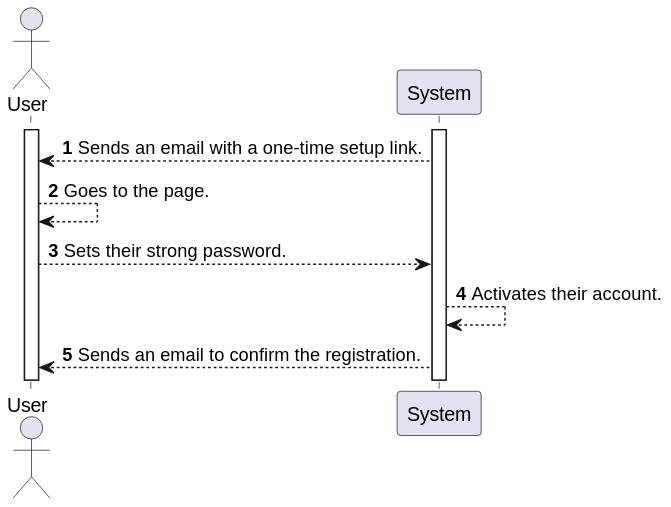
Earlier version of the PlantUML export docs/sprint-1/us-5.1.1/Diagrams/SSD/system-sequence-diagram-user.svg (rita-barbosa/LAPR5-2425).
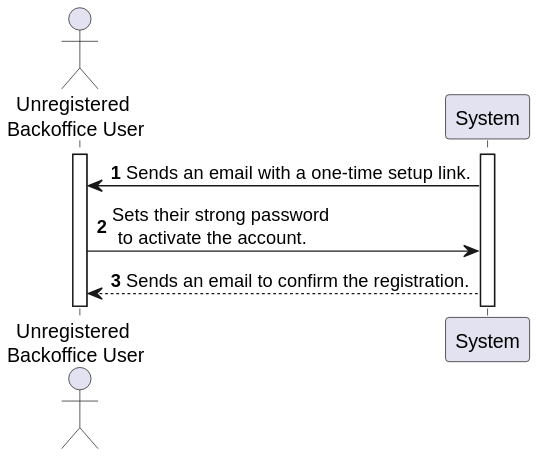
Later version of the same file.

What changed in the source:
```diff
@@ -1,19 +1,15 @@
 @startuml
 
 autonumber
-actor "User" as USER
+actor "Unregistered \nBackoffice User" as USER
 participant "System" as SYS
 
 activate SYS
 activate USER
 
-SYS --> USER : Sends an email with a one-time setup link.
+SYS -> USER : Sends an email with a one-time setup link.
 
-USER --> USER : Goes to the page.
-
-USER --> SYS : Sets their strong password.
-
-SYS --> SYS : Activates their account.
+USER -> SYS : Sets their strong password\n to activate the account.
 
 SYS --> USER : Sends an email to confirm the registration.
 @enduml
```
